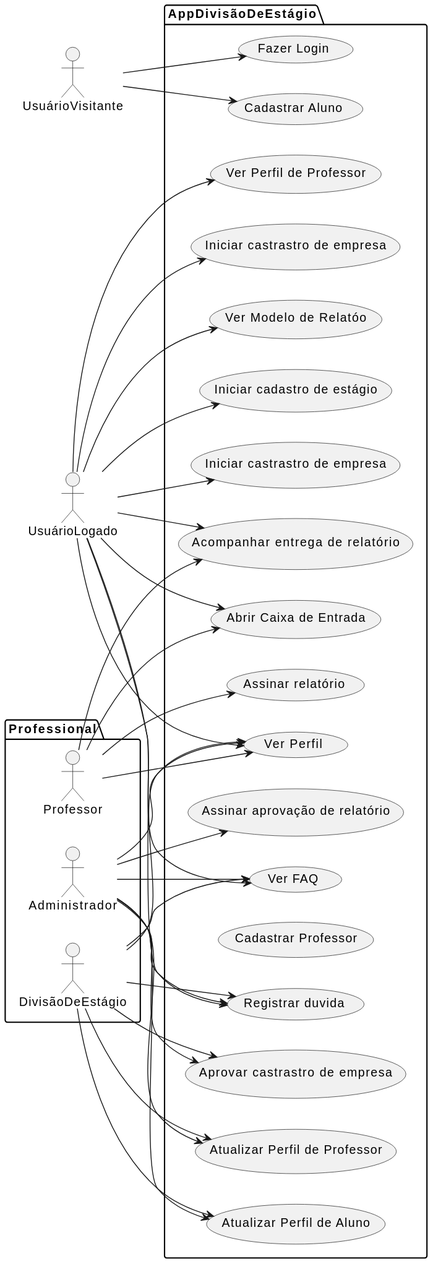
Before: Casos de Uso/usecases.svg, a diagram exported from PlantUML (cabare-do-mel/divestagio_poli).
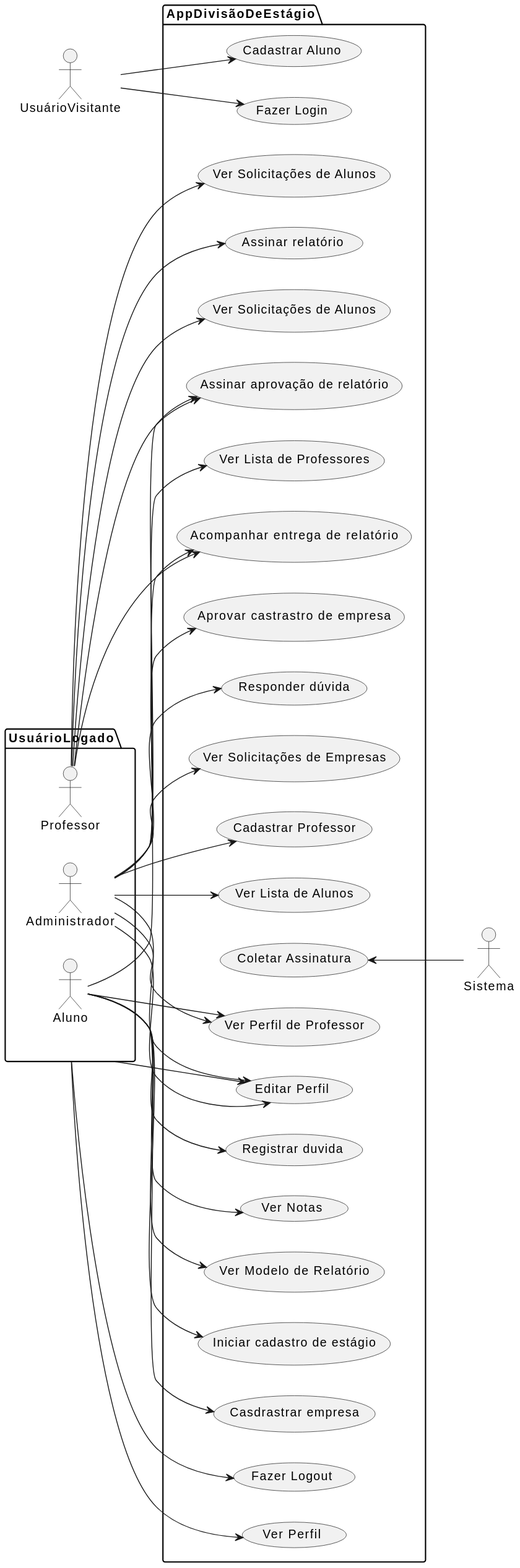
The same file after the commit.

Commit message:
trocar imagem e md plantuml

What changed in the source:
```diff
@@ -1,65 +1,75 @@
 @startuml
 left to right direction
 actor UsuárioVisitante as uv
-actor UsuárioLogado as ul
-package Professional {
+actor Sistema as sys
+package UsuárioLogado as ul{
   actor Professor as p
-  actor Administrador as a
-  actor DivisãoDeEstágio as de
+  actor Administrador as adm
+  actor Aluno as al
 }
 package AppDivisãoDeEstágio {
   usecase "Ver Perfil" as UC1
-  usecase "Abrir Caixa de Entrada" as UC2
-  usecase "Ver Modelo de Relatóo" as UC3
+
+  usecase "Ver Modelo de Relatório" as UC3
   usecase "Iniciar cadastro de estágio" as UC4
-  usecase "Iniciar castrastro de empresa" as UC5
+  usecase "Casdrastrar empresa" as UC5
   usecase "Ver Perfil de Professor" as UC6
   usecase "Acompanhar entrega de relatório" as UC7
   usecase "Assinar relatório" as UC8
-  usecase "Iniciar castrastro de empresa" as UC9
-  usecase "Aprovar castrastro de empresa" as UC10
-  usecase "Ver FAQ" as UC11
-  usecase "Registrar duvida" as UC12
-  usecase "Responder dúvida" as UC13
+  usecase "Aprovar castrastro de empresa" as UC9
+
+  usecase "Registrar duvida" as UC11
+  usecase "Responder dúvida" as UC12
   usecase "Assinar aprovação de relatório" as UC13
   usecase "Cadastrar Professor" as UC14
-  usecase "Atualizar Perfil de Aluno" as UC15
-  usecase "Atualizar Perfil de Professor" as UC16
+  usecase "Editar Perfil" as UC15
+  usecase "Coletar Assinatura" as UC16
   usecase "Fazer Login" as UC17
   usecase "Cadastrar Aluno" as UC18
+  usecase "Ver Solicitações de Empresas" as UC19
+  usecase "Ver Solicitações de Alunos" as UC20
+  usecase "Ver Lista de Professores" as UC21
+  usecase "Ver Lista de Alunos" as UC22
+  usecase "Ver Solicitações de Alunos" as UC23
+  usecase "Fazer Logout" as UC24
+  usecase "Ver Notas" as UC25
 }
+
+UC16 <-- sys
+
+
+adm --> UC6
+adm --> UC9
+
+adm --> UC12
+adm --> UC13
+adm --> UC14
+adm --> UC15
+adm --> UC15
+adm --> UC19
+adm --> UC21
+adm --> UC22
+
+
+p --> UC7
+p --> UC8
+p --> UC13
+p --> UC20
+p --> UC23
+
+al --> UC3
+al --> UC4
+al --> UC5
+al --> UC6
+al --> UC7
+
+al --> UC11
+al --> UC25
 
 uv --> UC17
 uv --> UC18
 
 ul --> UC1
-ul --> UC2
-ul --> UC3
-ul --> UC4
-ul --> UC5
-ul --> UC6
-ul --> UC7
-ul --> UC9
-ul --> UC11
-ul --> UC12
-
-p --> UC1
-p --> UC2
-p --> UC7
-p --> UC8
-
-de --> UC1
-de --> UC10
-de --> UC11
-de --> UC12
-de --> UC15
-de --> UC16
-
-a --> UC1
-a --> UC10
-a --> UC11
-a --> UC12
-a --> UC13
-a --> UC15
-a --> UC16
+ul --> UC15
+ul --> UC24
 @enduml
```
